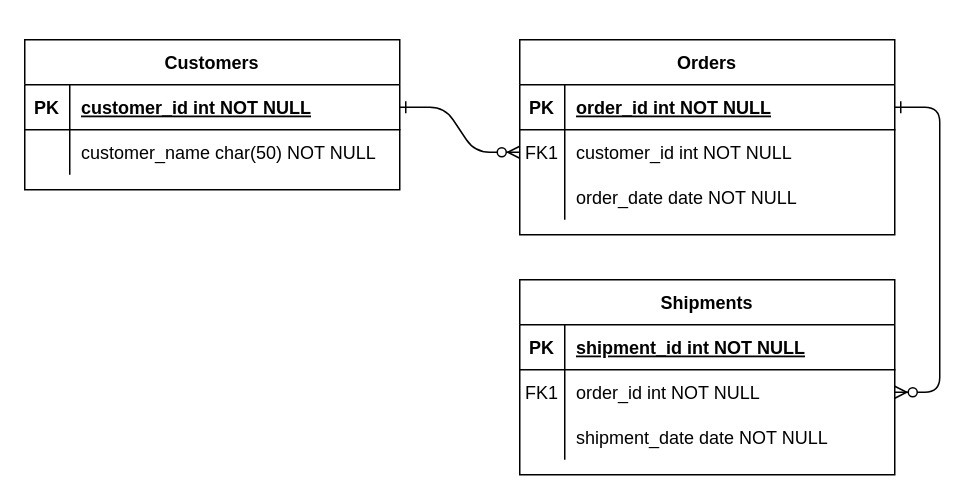
Above: Untitled Diagram.drawio in Theffy92/CorrientesCode (draw.io), before the change. Source tidied: cells renumbered, new cells numbered last; positions are measured from the earlier drawing's top-left corner, leaving out a move shared by most shapes. Both pictures are drawn from the tidied source at 150%, with x=0, y=0 at pixel (24, 39).
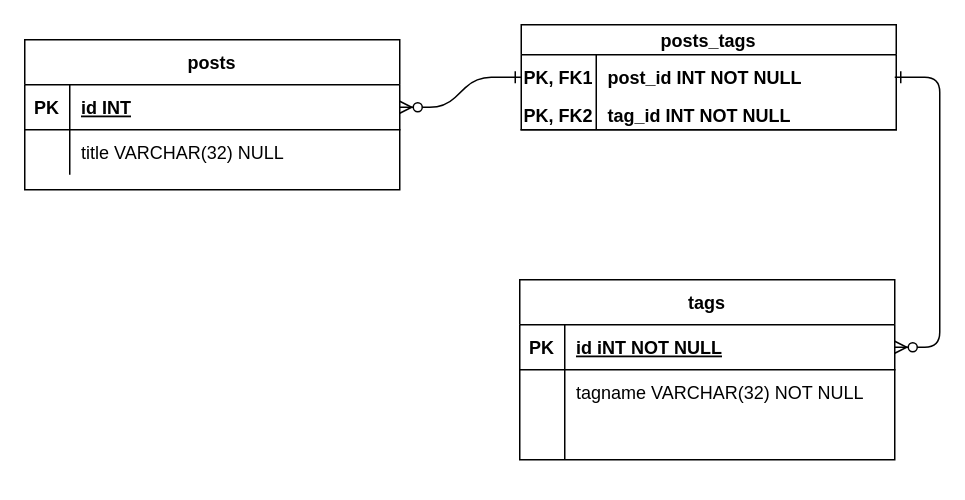
After the change.

Unchanged cells that the change refers to:
```xml
<mxCell id="15" style="shape=partialRectangle;fillColor=none;points=[[0,0.5],[1,0.5]];portConstraint=eastwest;top=0;left=0;right=0;bottom=1;" parent="14" vertex="1">
  <mxGeometry y="30" width="250" height="30" as="geometry" />
</mxCell>
<mxCell id="18" style="shape=partialRectangle;fillColor=none;points=[[0,0.5],[1,0.5]];portConstraint=eastwest;top=0;left=0;right=0;bottom=0;" parent="14" vertex="1">
  <mxGeometry y="60" width="250" height="30" as="geometry" />
</mxCell>
<mxCell id="21" style="shape=partialRectangle;fillColor=none;top=0;left=0;right=0;bottom=0;" parent="14" vertex="1">
  <mxGeometry y="90" width="250" height="30" as="geometry" />
</mxCell>
<mxCell id="25" style="shape=partialRectangle;fillColor=none;points=[[0,0.5],[1,0.5]];portConstraint=eastwest;top=0;left=0;right=0;bottom=1;" parent="24" vertex="1">
  <mxGeometry y="30" width="250" height="30" as="geometry" />
</mxCell>
<mxCell id="28" style="shape=partialRectangle;fillColor=none;top=0;left=0;right=0;bottom=0;" parent="24" vertex="1">
  <mxGeometry y="60" width="250" height="30" as="geometry" />
</mxCell>
```

Diff of the diagram source:
```diff
@@
-    <mxCell id="2" style="edgeStyle=entityRelationEdgeStyle;endArrow=ERzeroToMany;startArrow=ERone;endFill=1;startFill=0;" parent="1" edge="1" source="25" target="8">
+    <mxCell id="2" style="edgeStyle=entityRelationEdgeStyle;endArrow=ERzeroToMany;startArrow=ERone;endFill=1;startFill=0;entryX=1;entryY=0.5;entryDx=0;entryDy=0;exitX=0;exitY=0.5;exitDx=0;exitDy=0;" parent="1" edge="1" source="8" target="25">
       <mxGeometry relative="1" as="geometry" />
     </mxCell>
-    <mxCell id="3" style="edgeStyle=entityRelationEdgeStyle;endArrow=ERzeroToMany;startArrow=ERone;endFill=1;startFill=0;" parent="1" edge="1" source="5" target="18">
-      <mxGeometry relative="1" as="geometry" />
-    </mxCell>
-    <mxCell id="4" value="Orders" style="shape=table;startSize=30;childLayout=tableLayout;rowLines=0;fontStyle=1;align=center;" parent="1" vertex="1">
-      <mxGeometry x="330" width="250" height="130" as="geometry" />
+    <mxCell id="4" value="posts_tags" style="shape=table;startSize=20;childLayout=tableLayout;rowLines=0;fontStyle=1;align=center;swimlaneLine=1;" parent="1" vertex="1">
+      <mxGeometry x="331" y="-10" width="250" height="70" as="geometry" />
     </mxCell>
+    <mxCell id="8" style="shape=partialRectangle;fillColor=none;points=[[0,0.5],[1,0.5]];portConstraint=eastwest;top=0;left=0;right=0;bottom=0;" parent="4" vertex="1">
+      <mxGeometry y="20" width="250" height="30" as="geometry" />
+    </mxCell>
+    <mxCell id="9" value="PK, FK1" style="shape=partialRectangle;overflow=hidden;fillColor=none;top=0;left=0;bottom=0;right=0;fontStyle=1;" parent="8" vertex="1">
+      <mxGeometry width="50" height="30" as="geometry" />
+    </mxCell>
+    <mxCell id="10" value="post_id INT NOT NULL" style="shape=partialRectangle;overflow=hidden;fillColor=none;top=0;left=0;bottom=0;right=0;align=left;spacingLeft=6;fontStyle=1;" parent="8" vertex="1">
+      <mxGeometry x="50" width="200" height="30" as="geometry" />
+    </mxCell>
     <mxCell id="5" style="shape=partialRectangle;fillColor=none;points=[[0,0.5],[1,0.5]];portConstraint=eastwest;top=0;left=0;right=0;bottom=1;" parent="4" vertex="1">
-      <mxGeometry y="30" width="250" height="30" as="geometry" />
+      <mxGeometry y="50" width="250" height="20" as="geometry" />
     </mxCell>
-    <mxCell id="6" value="PK" style="shape=partialRectangle;overflow=hidden;fillColor=none;top=0;left=0;bottom=0;right=0;fontStyle=1;" parent="5" vertex="1">
-      <mxGeometry width="30" height="30" as="geometry" />
+    <mxCell id="6" value="PK, FK2" style="shape=partialRectangle;overflow=hidden;fillColor=none;top=0;left=0;bottom=0;right=0;fontStyle=1;rotation=0;" parent="5" vertex="1">
+      <mxGeometry width="50" height="20" as="geometry" />
     </mxCell>
-    <mxCell id="7" value="order_id int NOT NULL " style="shape=partialRectangle;overflow=hidden;fillColor=none;top=0;left=0;bottom=0;right=0;align=left;spacingLeft=6;fontStyle=5;" parent="5" vertex="1">
-      <mxGeometry x="30" width="220" height="30" as="geometry" />
+    <mxCell id="7" value="tag_id INT NOT NULL" style="shape=partialRectangle;overflow=hidden;fillColor=none;top=0;left=0;bottom=0;right=0;align=left;spacingLeft=6;fontStyle=1;" parent="5" vertex="1">
+      <mxGeometry x="50" width="200" height="20" as="geometry" />
     </mxCell>
-    <mxCell id="8" style="shape=partialRectangle;fillColor=none;points=[[0,0.5],[1,0.5]];portConstraint=eastwest;top=0;left=0;right=0;bottom=0;" parent="4" vertex="1">
-      <mxGeometry y="60" width="250" height="30" as="geometry" />
-    </mxCell>
-    <mxCell id="9" value="FK1" style="shape=partialRectangle;overflow=hidden;fillColor=none;top=0;left=0;bottom=0;right=0;" parent="8" vertex="1">
-      <mxGeometry width="30" height="30" as="geometry" />
-    </mxCell>
-    <mxCell id="10" value="customer_id int NOT NULL" style="shape=partialRectangle;overflow=hidden;fillColor=none;top=0;left=0;bottom=0;right=0;align=left;spacingLeft=6;" parent="8" vertex="1">
-      <mxGeometry x="30" width="220" height="30" as="geometry" />
-    </mxCell>
-    <mxCell id="11" style="shape=partialRectangle;fillColor=none;top=0;left=0;right=0;bottom=0;" parent="4" vertex="1">
-      <mxGeometry y="90" width="250" height="30" as="geometry" />
-    </mxCell>
-    <mxCell id="12" style="shape=partialRectangle;overflow=hidden;fillColor=none;top=0;left=0;bottom=0;right=0;" parent="11" vertex="1">
-      <mxGeometry width="30" height="30" as="geometry" />
-    </mxCell>
-    <mxCell id="13" value="order_date date NOT NULL" style="shape=partialRectangle;overflow=hidden;fillColor=none;top=0;left=0;bottom=0;right=0;align=left;spacingLeft=6;" parent="11" vertex="1">
-      <mxGeometry x="30" width="220" height="30" as="geometry" />
-    </mxCell>
-    <mxCell id="14" value="Shipments" style="shape=table;startSize=30;childLayout=tableLayout;rowLines=0;fontStyle=1;align=center;" parent="1" vertex="1">
-      <mxGeometry x="330" y="160" width="250" height="130" as="geometry" />
+    <mxCell id="14" value="tags" style="shape=table;startSize=30;childLayout=tableLayout;rowLines=0;fontStyle=1;align=center;" parent="1" vertex="1">
+      <mxGeometry x="330" y="160" width="250" height="120" as="geometry" />
     </mxCell>
@@
-    <mxCell id="17" value="shipment_id int NOT NULL " style="shape=partialRectangle;overflow=hidden;fillColor=none;top=0;left=0;bottom=0;right=0;align=left;spacingLeft=6;fontStyle=5;" parent="15" vertex="1">
+    <mxCell id="17" value="id iNT NOT NULL " style="shape=partialRectangle;overflow=hidden;fillColor=none;top=0;left=0;bottom=0;right=0;align=left;spacingLeft=6;fontStyle=5;" parent="15" vertex="1">
       <mxGeometry x="30" width="220" height="30" as="geometry" />
     </mxCell>
@@
-    <mxCell id="19" value="FK1" style="shape=partialRectangle;overflow=hidden;fillColor=none;top=0;left=0;bottom=0;right=0;" parent="18" vertex="1">
+    <mxCell id="19" style="shape=partialRectangle;overflow=hidden;fillColor=none;top=0;left=0;bottom=0;right=0;" parent="18" vertex="1">
       <mxGeometry width="30" height="30" as="geometry" />
     </mxCell>
-    <mxCell id="20" value="order_id int NOT NULL" style="shape=partialRectangle;overflow=hidden;fillColor=none;top=0;left=0;bottom=0;right=0;align=left;spacingLeft=6;" parent="18" vertex="1">
+    <mxCell id="20" value="tagname VARCHAR(32) NOT NULL" style="shape=partialRectangle;overflow=hidden;fillColor=none;top=0;left=0;bottom=0;right=0;align=left;spacingLeft=6;" parent="18" vertex="1">
       <mxGeometry x="30" width="220" height="30" as="geometry" />
     </mxCell>
@@
-    <mxCell id="23" value="shipment_date date NOT NULL" style="shape=partialRectangle;overflow=hidden;fillColor=none;top=0;left=0;bottom=0;right=0;align=left;spacingLeft=6;" parent="21" vertex="1">
+    <mxCell id="23" style="shape=partialRectangle;overflow=hidden;fillColor=none;top=0;left=0;bottom=0;right=0;align=left;spacingLeft=6;" parent="21" vertex="1">
       <mxGeometry x="30" width="220" height="30" as="geometry" />
     </mxCell>
-    <mxCell id="24" value="Customers" style="shape=table;startSize=30;childLayout=tableLayout;rowLines=0;fontStyle=1;align=center;" parent="1" vertex="1">
+    <mxCell id="24" value="posts" style="shape=table;startSize=30;childLayout=tableLayout;rowLines=0;fontStyle=1;align=center;" parent="1" vertex="1">
       <mxGeometry width="250" height="100" as="geometry" />
     </mxCell>
@@
-    <mxCell id="27" value="customer_id int NOT NULL " style="shape=partialRectangle;overflow=hidden;fillColor=none;top=0;left=0;bottom=0;right=0;align=left;spacingLeft=6;fontStyle=5;" parent="25" vertex="1">
+    <mxCell id="27" value="id INT" style="shape=partialRectangle;overflow=hidden;fillColor=none;top=0;left=0;bottom=0;right=0;align=left;spacingLeft=6;fontStyle=5;" parent="25" vertex="1">
       <mxGeometry x="30" width="220" height="30" as="geometry" />
     </mxCell>
@@
-    <mxCell id="30" value="customer_name char(50) NOT NULL" style="shape=partialRectangle;overflow=hidden;fillColor=none;top=0;left=0;bottom=0;right=0;align=left;spacingLeft=6;" parent="28" vertex="1">
+    <mxCell id="30" value="title VARCHAR(32) NULL" style="shape=partialRectangle;overflow=hidden;fillColor=none;top=0;left=0;bottom=0;right=0;align=left;spacingLeft=6;" parent="28" vertex="1">
       <mxGeometry x="30" width="220" height="30" as="geometry" />
     </mxCell>
+    <mxCell id="3" style="edgeStyle=entityRelationEdgeStyle;endArrow=ERzeroToMany;startArrow=ERone;endFill=1;startFill=0;entryX=1;entryY=0.5;entryDx=0;entryDy=0;" parent="1" edge="1" target="15">
+      <mxGeometry relative="1" as="geometry">
+        <mxPoint x="580" y="25" as="sourcePoint" />
+      </mxGeometry>
+    </mxCell>
```
